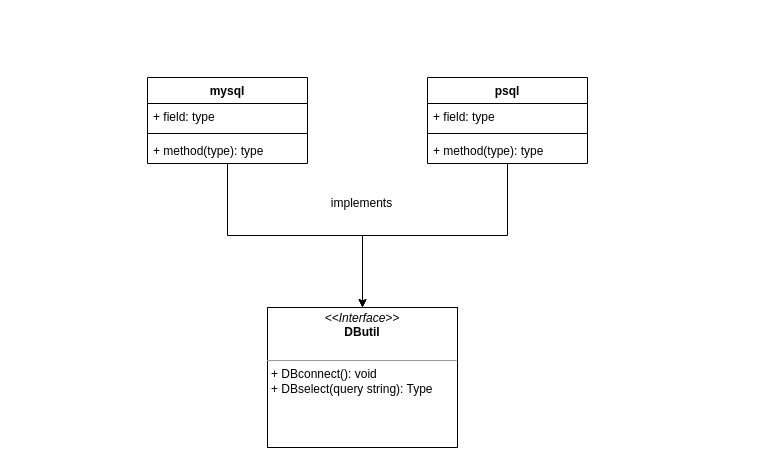
Before: db-go.drawio in zukigit/design_structures, a draw.io diagram. Source tidied: cells renumbered, new cells numbered last; positions are measured from the earlier drawing's top-left corner, leaving out a move shared by most shapes. Both pictures are drawn from the tidied source at 100%, with x=0, y=0 at pixel (147, 77).
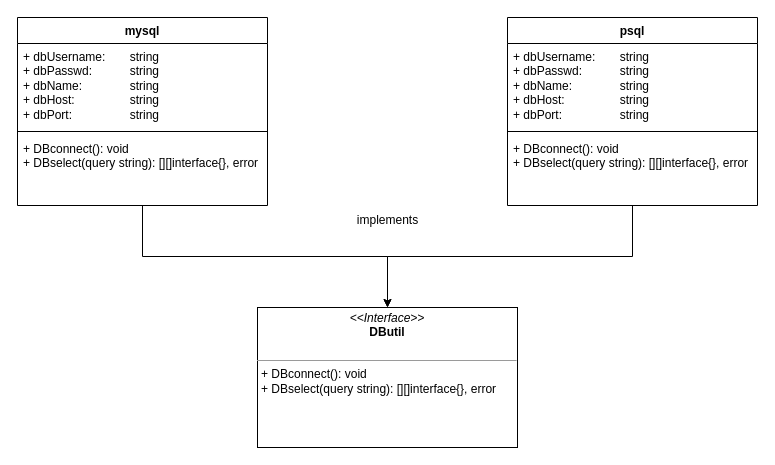
After the change.

The edit, as a diff of the source:
```diff
@@
 <mxGraphModel>
   <root>
     <mxCell id="0" />
     <mxCell id="1" parent="0" />
-    <mxCell id="2" style="edgeStyle=orthogonalEdgeStyle;rounded=0;jettySize=auto;html=1;entryX=0.5;entryY=0;entryDx=0;entryDy=0;" parent="1" edge="1" source="3" target="12">
+    <mxCell id="2" style="edgeStyle=orthogonalEdgeStyle;rounded=0;jettySize=auto;html=1;" parent="1" edge="1" source="3" target="12">
       <mxGeometry relative="1" as="geometry" />
     </mxCell>
     <mxCell id="3" value="mysql" style="swimlane;fontStyle=1;align=center;verticalAlign=top;horizontal=1;startSize=26;whiteSpace=wrap;html=1;" parent="1" vertex="1">
-      <mxGeometry width="160" height="86" as="geometry" />
+      <mxGeometry x="-130" y="-60" width="250" height="188" as="geometry" />
     </mxCell>
-    <mxCell id="4" value="+ field: type" style="text;strokeColor=none;fillColor=none;align=left;verticalAlign=top;spacingLeft=4;spacingRight=4;overflow=hidden;whiteSpace=wrap;html=1;" parent="3" vertex="1">
-      <mxGeometry y="26" width="160" height="26" as="geometry" />
+    <mxCell id="4" value="&lt;div&gt;+ dbUsername:&lt;span style=&quot;&quot;&gt;&lt;span style=&quot;&quot;&gt;&amp;nbsp;&amp;nbsp;&amp;nbsp;&amp;nbsp;&lt;/span&gt;&lt;/span&gt;&lt;span style=&quot;white-space: pre;&quot;&gt;&#9;&lt;/span&gt;string&lt;/div&gt;&lt;div&gt;+ dbPasswd:&lt;span style=&quot;&quot;&gt;&lt;span style=&quot;&quot;&gt;&amp;nbsp;&amp;nbsp;&amp;nbsp;&amp;nbsp;&lt;/span&gt;&lt;span style=&quot;&quot;&gt;&lt;span style=&quot;&quot;&gt;&amp;nbsp;&amp;nbsp;&amp;nbsp;&amp;nbsp;&lt;span style=&quot;white-space: pre;&quot;&gt;&#9;&lt;/span&gt;&lt;/span&gt;&lt;/span&gt;&lt;/span&gt;string&amp;nbsp;&lt;/div&gt;&lt;div&gt;+ dbName:&lt;span style=&quot;&quot;&gt;&lt;span style=&quot;&quot;&gt;&amp;nbsp;&amp;nbsp;&amp;nbsp;&amp;nbsp;&lt;/span&gt;&lt;/span&gt;&lt;span style=&quot;&quot;&gt;&lt;span style=&quot;&quot;&gt;&amp;nbsp;&amp;nbsp;&amp;nbsp;&amp;nbsp;&lt;/span&gt;&lt;/span&gt;&lt;span style=&quot;white-space: pre;&quot;&gt;&#9;&lt;/span&gt;string&lt;/div&gt;&lt;div&gt;+ dbHost:&lt;span style=&quot;&quot;&gt;&lt;span style=&quot;&quot;&gt;&amp;nbsp;&amp;nbsp;&amp;nbsp;&amp;nbsp;&lt;/span&gt;&lt;/span&gt;&lt;span style=&quot;&quot;&gt;&lt;span style=&quot;&quot;&gt;&amp;nbsp;&amp;nbsp;&amp;nbsp;&amp;nbsp;&lt;/span&gt;&lt;/span&gt;&lt;span style=&quot;white-space: pre;&quot;&gt;&#9;&lt;/span&gt;string&amp;nbsp;&lt;/div&gt;&lt;div&gt;+ dbPort:&lt;span style=&quot;&quot;&gt;&lt;span style=&quot;&quot;&gt;&amp;nbsp;&amp;nbsp;&amp;nbsp;&amp;nbsp;&lt;/span&gt;&lt;/span&gt;&lt;span style=&quot;&quot;&gt;&lt;span style=&quot;&quot;&gt;&amp;nbsp;&amp;nbsp;&amp;nbsp;&amp;nbsp;&lt;/span&gt;&lt;/span&gt;&lt;span style=&quot;white-space: pre;&quot;&gt;&#9;&lt;/span&gt;&lt;span style=&quot;white-space: pre;&quot;&gt;&#9;&lt;/span&gt;string&lt;/div&gt;" style="text;strokeColor=none;fillColor=none;align=left;verticalAlign=top;spacingLeft=4;spacingRight=4;overflow=hidden;whiteSpace=wrap;html=1;" parent="3" vertex="1">
+      <mxGeometry y="26" width="250" height="84" as="geometry" />
     </mxCell>
     <mxCell id="5" style="line;strokeWidth=1;fillColor=none;align=left;verticalAlign=middle;spacingTop=-1;spacingLeft=3;spacingRight=3;labelPosition=right;strokeColor=inherit;" parent="3" vertex="1">
-      <mxGeometry y="52" width="160" height="8" as="geometry" />
+      <mxGeometry y="110" width="250" height="8" as="geometry" />
     </mxCell>
-    <mxCell id="6" value="+ method(type): type" style="text;strokeColor=none;fillColor=none;align=left;verticalAlign=top;spacingLeft=4;spacingRight=4;overflow=hidden;whiteSpace=wrap;html=1;" parent="3" vertex="1">
-      <mxGeometry y="60" width="160" height="26" as="geometry" />
+    <mxCell id="6" value="&lt;div&gt;+ DBconnect(): void&lt;br&gt;+ DBselect(query string): [][]interface{}, error&lt;/div&gt;" style="text;strokeColor=none;fillColor=none;align=left;verticalAlign=top;spacingLeft=4;spacingRight=4;overflow=hidden;whiteSpace=wrap;html=1;" parent="3" vertex="1">
+      <mxGeometry y="118" width="250" height="70" as="geometry" />
     </mxCell>
+    <mxCell id="12" value="&lt;p style=&quot;margin:0px;margin-top:4px;text-align:center;&quot;&gt;&lt;i&gt;&amp;lt;&amp;lt;Interface&amp;gt;&amp;gt;&lt;/i&gt;&lt;br&gt;&lt;b&gt;DButil&lt;/b&gt;&lt;/p&gt;&lt;br&gt;&lt;hr size=&quot;1&quot;&gt;&lt;p style=&quot;margin:0px;margin-left:4px;&quot;&gt;+ DBconnect(): void&lt;br&gt;+ DBselect(query string): [][]interface{}, error&lt;br&gt;&lt;/p&gt;" style="verticalAlign=top;align=left;overflow=fill;fontSize=12;fontFamily=Helvetica;html=1;whiteSpace=wrap;" parent="1" vertex="1">
+      <mxGeometry x="110" y="230" width="260" height="140" as="geometry" />
+    </mxCell>
+    <mxCell id="13" value="&lt;div&gt;implements&lt;/div&gt;&lt;div&gt;&lt;br&gt;&lt;/div&gt;" style="text;html=1;align=center;verticalAlign=middle;strokeColor=none;fillColor=none;" parent="1" vertex="1">
+      <mxGeometry x="200" y="130" width="80" height="40" as="geometry" />
+    </mxCell>
-    <mxCell id="7" style="edgeStyle=orthogonalEdgeStyle;rounded=0;jettySize=auto;html=1;entryX=0.5;entryY=0;entryDx=0;entryDy=0;" parent="1" edge="1" source="8" target="12">
+    <mxCell id="7" style="edgeStyle=orthogonalEdgeStyle;rounded=0;jettySize=auto;html=1;" parent="1" edge="1" source="8" target="12">
       <mxGeometry relative="1" as="geometry" />
     </mxCell>
-    <mxCell id="8" value="&lt;div&gt;psql&lt;/div&gt;&lt;div&gt;&lt;br&gt;&lt;/div&gt;" style="swimlane;fontStyle=1;align=center;verticalAlign=top;horizontal=1;startSize=26;whiteSpace=wrap;html=1;" parent="1" vertex="1">
-      <mxGeometry x="280" width="160" height="86" as="geometry" />
+    <mxCell id="8" value="psql" style="swimlane;fontStyle=1;align=center;verticalAlign=top;horizontal=1;startSize=26;whiteSpace=wrap;html=1;" parent="1" vertex="1">
+      <mxGeometry x="360" y="-60" width="250" height="188" as="geometry" />
     </mxCell>
-    <mxCell id="9" value="+ field: type" style="text;strokeColor=none;fillColor=none;align=left;verticalAlign=top;spacingLeft=4;spacingRight=4;overflow=hidden;whiteSpace=wrap;html=1;" parent="8" vertex="1">
-      <mxGeometry y="26" width="160" height="26" as="geometry" />
-    </mxCell>
-    <mxCell id="10" style="line;strokeWidth=1;fillColor=none;align=left;verticalAlign=middle;spacingTop=-1;spacingLeft=3;spacingRight=3;labelPosition=right;strokeColor=inherit;" parent="8" vertex="1">
-      <mxGeometry y="52" width="160" height="8" as="geometry" />
-    </mxCell>
-    <mxCell id="11" value="+ method(type): type" style="text;strokeColor=none;fillColor=none;align=left;verticalAlign=top;spacingLeft=4;spacingRight=4;overflow=hidden;whiteSpace=wrap;html=1;" parent="8" vertex="1">
-      <mxGeometry y="60" width="160" height="26" as="geometry" />
-    </mxCell>
-    <mxCell id="12" value="&lt;p style=&quot;margin:0px;margin-top:4px;text-align:center;&quot;&gt;&lt;i&gt;&amp;lt;&amp;lt;Interface&amp;gt;&amp;gt;&lt;/i&gt;&lt;br&gt;&lt;b&gt;DButil&lt;/b&gt;&lt;/p&gt;&lt;br&gt;&lt;hr size=&quot;1&quot;&gt;&lt;p style=&quot;margin:0px;margin-left:4px;&quot;&gt;+ DBconnect(): void&lt;br&gt;+ DBselect(query string): Type&lt;/p&gt;" style="verticalAlign=top;align=left;overflow=fill;fontSize=12;fontFamily=Helvetica;html=1;whiteSpace=wrap;" parent="1" vertex="1">
-      <mxGeometry x="120" y="230" width="190" height="140" as="geometry" />
-    </mxCell>
-    <mxCell id="13" value="&lt;div&gt;implements&lt;/div&gt;&lt;div&gt;&lt;br&gt;&lt;/div&gt;" style="text;html=1;align=center;verticalAlign=middle;strokeColor=none;fillColor=none;" parent="1" vertex="1">
-      <mxGeometry x="174" y="113" width="80" height="40" as="geometry" />
-    </mxCell>
+    <mxCell id="14" value="&lt;div&gt;+ dbUsername:&lt;span style=&quot;&quot;&gt;&lt;span style=&quot;&quot;&gt;&amp;nbsp;&amp;nbsp;&amp;nbsp;&amp;nbsp;&lt;/span&gt;&lt;/span&gt;&lt;span style=&quot;white-space: pre;&quot;&gt;&#9;&lt;/span&gt;string&lt;/div&gt;&lt;div&gt;+ dbPasswd:&lt;span style=&quot;&quot;&gt;&lt;span style=&quot;&quot;&gt;&amp;nbsp;&amp;nbsp;&amp;nbsp;&amp;nbsp;&lt;/span&gt;&lt;span style=&quot;&quot;&gt;&lt;span style=&quot;&quot;&gt;&amp;nbsp;&amp;nbsp;&amp;nbsp;&amp;nbsp;&lt;span style=&quot;white-space: pre;&quot;&gt;&#9;&lt;/span&gt;&lt;/span&gt;&lt;/span&gt;&lt;/span&gt;string&amp;nbsp;&lt;/div&gt;&lt;div&gt;+ dbName:&lt;span style=&quot;&quot;&gt;&lt;span style=&quot;&quot;&gt;&amp;nbsp;&amp;nbsp;&amp;nbsp;&amp;nbsp;&lt;/span&gt;&lt;/span&gt;&lt;span style=&quot;&quot;&gt;&lt;span style=&quot;&quot;&gt;&amp;nbsp;&amp;nbsp;&amp;nbsp;&amp;nbsp;&lt;/span&gt;&lt;/span&gt;&lt;span style=&quot;white-space: pre;&quot;&gt;&#9;&lt;/span&gt;string&lt;/div&gt;&lt;div&gt;+ dbHost:&lt;span style=&quot;&quot;&gt;&lt;span style=&quot;&quot;&gt;&amp;nbsp;&amp;nbsp;&amp;nbsp;&amp;nbsp;&lt;/span&gt;&lt;/span&gt;&lt;span style=&quot;&quot;&gt;&lt;span style=&quot;&quot;&gt;&amp;nbsp;&amp;nbsp;&amp;nbsp;&amp;nbsp;&lt;/span&gt;&lt;/span&gt;&lt;span style=&quot;white-space: pre;&quot;&gt;&#9;&lt;/span&gt;string&amp;nbsp;&lt;/div&gt;&lt;div&gt;+ dbPort:&lt;span style=&quot;&quot;&gt;&lt;span style=&quot;&quot;&gt;&amp;nbsp;&amp;nbsp;&amp;nbsp;&amp;nbsp;&lt;/span&gt;&lt;/span&gt;&lt;span style=&quot;&quot;&gt;&lt;span style=&quot;&quot;&gt;&amp;nbsp;&amp;nbsp;&amp;nbsp;&amp;nbsp;&lt;/span&gt;&lt;/span&gt;&lt;span style=&quot;white-space: pre;&quot;&gt;&#9;&lt;/span&gt;&lt;span style=&quot;white-space: pre;&quot;&gt;&#9;&lt;/span&gt;string&lt;/div&gt;" style="text;strokeColor=none;fillColor=none;align=left;verticalAlign=top;spacingLeft=4;spacingRight=4;overflow=hidden;whiteSpace=wrap;html=1;" parent="8" vertex="1">
+      <mxGeometry y="26" width="250" height="84" as="geometry" />
+    </mxCell>
+    <mxCell id="15" style="line;strokeWidth=1;fillColor=none;align=left;verticalAlign=middle;spacingTop=-1;spacingLeft=3;spacingRight=3;labelPosition=right;strokeColor=inherit;" parent="8" vertex="1">
+      <mxGeometry y="110" width="250" height="8" as="geometry" />
+    </mxCell>
+    <mxCell id="16" value="&lt;div&gt;+ DBconnect(): void&lt;br&gt;+ DBselect(query string): [][]interface{}, error&lt;/div&gt;" style="text;strokeColor=none;fillColor=none;align=left;verticalAlign=top;spacingLeft=4;spacingRight=4;overflow=hidden;whiteSpace=wrap;html=1;" parent="8" vertex="1">
+      <mxGeometry y="118" width="250" height="70" as="geometry" />
+    </mxCell>
   </root>
 </mxGraphModel>
```
